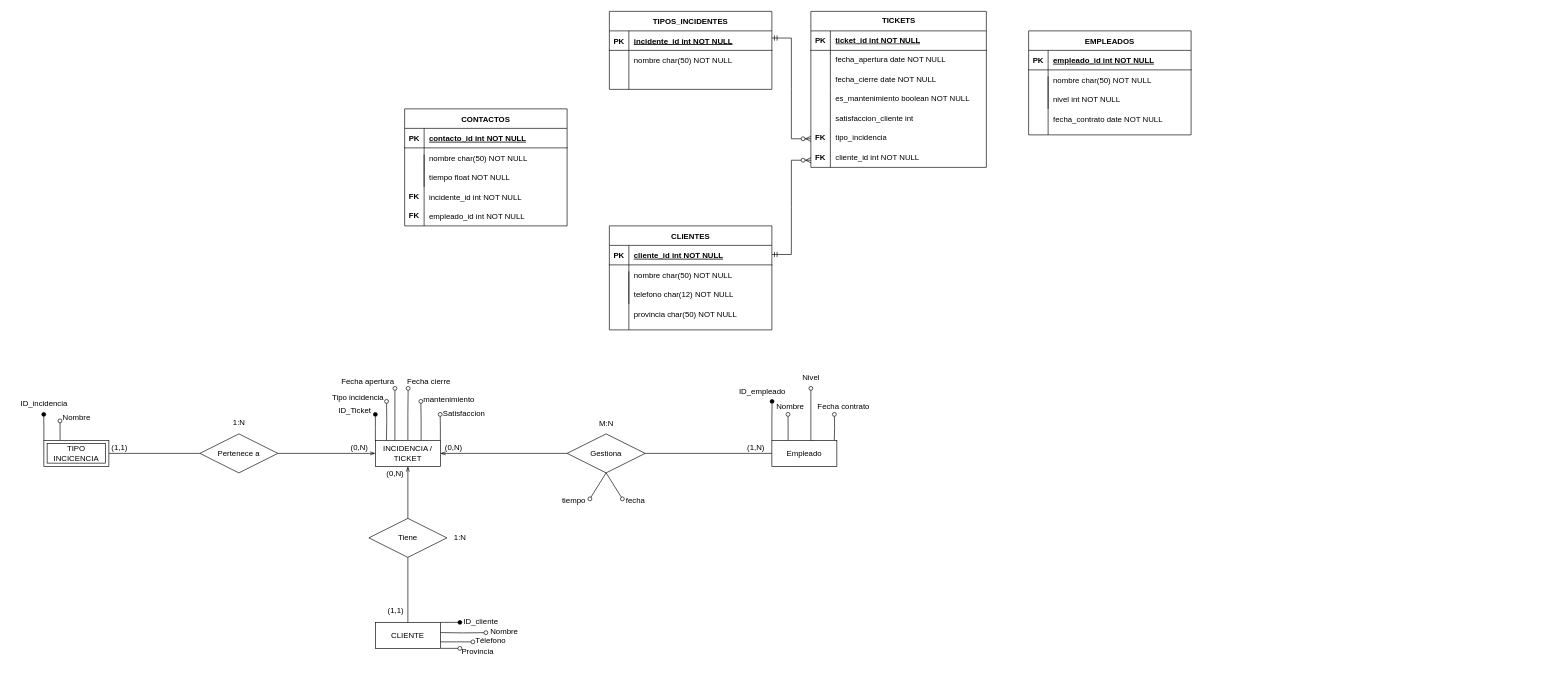
Before: Diseño_BBDD_EJ2.drawio in alprezz/Practica1_SI, a draw.io diagram. Source tidied: cells renumbered, new cells numbered last; positions are measured from the earlier drawing's top-left corner, leaving out a move shared by most shapes. Both pictures are drawn from the tidied source at 65%, with x=0, y=0 at pixel (11, 11).
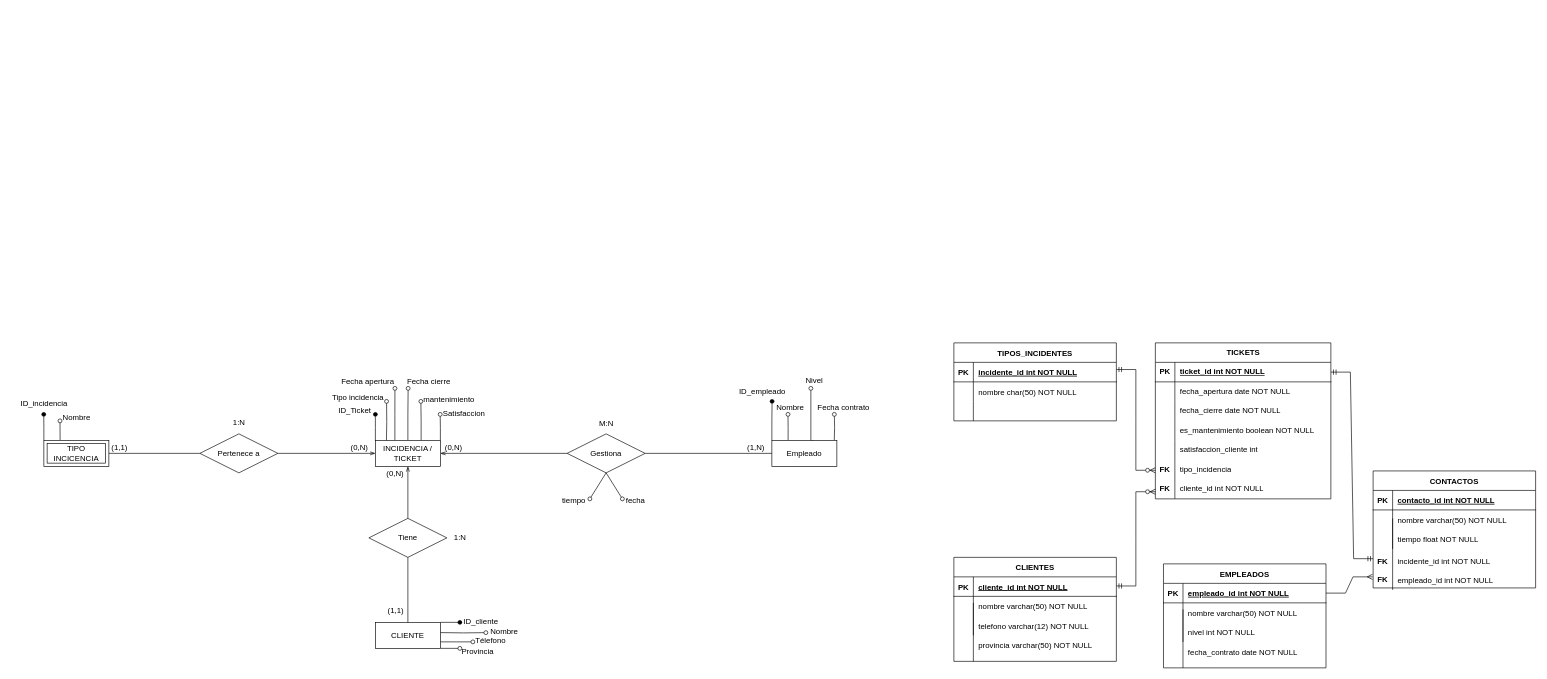
The same diagram, later.

Commit message:
Actualizar Diseño_BBDD

The change refers to these unchanged cells:
```xml
<mxCell id="6" style="shape=partialRectangle;fillColor=none;top=0;left=0;right=0;bottom=0;" parent="2" vertex="1">
  <mxGeometry y="60" width="250" height="30" as="geometry" />
</mxCell>
<mxCell id="9" style="shape=partialRectangle;fillColor=none;top=0;left=0;right=0;bottom=0;" parent="2" vertex="1">
  <mxGeometry y="90" width="250" height="30" as="geometry" />
</mxCell>
<mxCell id="13" style="shape=tableRow;horizontal=0;startSize=0;swimlaneHead=0;swimlaneBody=0;fillColor=none;points=[[0,0.5],[1,0.5]];portConstraint=eastwest;top=0;left=0;right=0;bottom=1;" parent="12" vertex="1">
  <mxGeometry y="30" width="270" height="30" as="geometry" />
</mxCell>
<mxCell id="37" style="shape=partialRectangle;fillColor=none;points=[[0,0.5],[1,0.5]];portConstraint=eastwest;top=0;left=0;right=0;bottom=1;" parent="36" vertex="1">
  <mxGeometry y="30" width="250" height="30" as="geometry" />
</mxCell>
<mxCell id="40" style="shape=partialRectangle;fillColor=none;top=0;left=0;right=0;bottom=0;" parent="36" vertex="1">
  <mxGeometry y="60" width="250" height="30" as="geometry" />
</mxCell>
<mxCell id="63" style="shape=partialRectangle;fillColor=none;top=0;left=0;right=0;bottom=0;" parent="59" vertex="1">
  <mxGeometry y="60" width="250" height="30" as="geometry" />
</mxCell>
```

The edit, as a diff of the source:
```diff
@@
     <mxCell id="2" value="CLIENTES" style="shape=table;startSize=30;childLayout=tableLayout;rowLines=0;fontStyle=1;align=center;" parent="1" vertex="1">
-      <mxGeometry x="920" y="330" width="250" height="160" as="geometry" />
+      <mxGeometry x="1450" y="840" width="250" height="160" as="geometry" />
     </mxCell>
@@
-    <mxCell id="8" value="nombre char(50) NOT NULL" style="shape=partialRectangle;overflow=hidden;fillColor=none;top=0;left=0;bottom=0;right=0;align=left;spacingLeft=6;" parent="6" vertex="1">
+    <mxCell id="8" value="nombre varchar(50) NOT NULL" style="shape=partialRectangle;overflow=hidden;fillColor=none;top=0;left=0;bottom=0;right=0;align=left;spacingLeft=6;" parent="6" vertex="1">
       <mxGeometry x="30" width="220" height="30" as="geometry" />
     </mxCell>
@@
-    <mxCell id="11" value="telefono char(12) NOT NULL" style="shape=partialRectangle;overflow=hidden;fillColor=none;top=0;left=0;bottom=0;right=0;align=left;spacingLeft=6;" parent="9" vertex="1">
+    <mxCell id="11" value="telefono varchar(12) NOT NULL" style="shape=partialRectangle;overflow=hidden;fillColor=none;top=0;left=0;bottom=0;right=0;align=left;spacingLeft=6;" parent="9" vertex="1">
       <mxGeometry x="30" width="220" height="30" as="geometry" />
     </mxCell>
     <mxCell id="12" value="TICKETS" style="shape=table;startSize=30;childLayout=tableLayout;rowLines=0;fontStyle=1;align=center;html=1;" parent="1" vertex="1">
-      <mxGeometry x="1230" width="270" height="240" as="geometry" />
+      <mxGeometry x="1760" y="510" width="270" height="240" as="geometry" />
     </mxCell>
@@
     <mxCell id="25" style="shape=tableRow;horizontal=0;startSize=0;swimlaneHead=0;swimlaneBody=0;fillColor=none;top=0;left=0;right=0;bottom=0;" parent="1" vertex="1">
-      <mxGeometry x="1230" y="150" width="270" height="30" as="geometry" />
+      <mxGeometry x="1760" y="660" width="270" height="30" as="geometry" />
     </mxCell>
@@
     <mxCell id="28" style="line;strokeWidth=1;dashed=0;labelPosition=right;align=left;verticalAlign=middle;spacingTop=0;spacingLeft=6;direction=south;" parent="1" vertex="1">
-      <mxGeometry x="1225" y="150" width="70" height="90" as="geometry" />
+      <mxGeometry x="1755" y="660" width="70" height="90" as="geometry" />
     </mxCell>
     <mxCell id="29" value="tipo_incidencia" style="shape=partialRectangle;fillColor=none;top=0;left=0;bottom=0;right=0;align=left;spacingLeft=6;overflow=hidden;whiteSpace=wrap;html=1;" parent="1" vertex="1">
-      <mxGeometry x="1260" y="180" width="240" height="30" as="geometry" />
+      <mxGeometry x="1790" y="690" width="240" height="30" as="geometry" />
     </mxCell>
     <mxCell id="30" value="FK" style="shape=partialRectangle;fillColor=none;top=0;left=0;bottom=0;right=0;fontStyle=1;overflow=hidden;whiteSpace=wrap;html=1;" parent="1" vertex="1">
-      <mxGeometry x="1230" y="180" width="30" height="30" as="geometry" />
+      <mxGeometry x="1760" y="690" width="30" height="30" as="geometry" />
     </mxCell>
     <mxCell id="31" value="cliente_id int NOT NULL" style="shape=partialRectangle;fillColor=none;top=0;left=0;bottom=0;right=0;align=left;spacingLeft=6;overflow=hidden;whiteSpace=wrap;html=1;" parent="1" vertex="1">
-      <mxGeometry x="1260" y="210" width="240" height="30" as="geometry" />
+      <mxGeometry x="1790" y="720" width="240" height="30" as="geometry" />
     </mxCell>
     <mxCell id="32" value="FK" style="shape=partialRectangle;fillColor=none;top=0;left=0;bottom=0;right=0;fontStyle=1;overflow=hidden;whiteSpace=wrap;html=1;" parent="1" vertex="1">
-      <mxGeometry x="1230" y="210" width="30" height="30" as="geometry" />
+      <mxGeometry x="1760" y="720" width="30" height="30" as="geometry" />
     </mxCell>
     <mxCell id="33" style="edgeStyle=entityRelationEdgeStyle;fontSize=12;html=1;endArrow=ERzeroToMany;startArrow=ERmandOne;rounded=0;exitX=1;exitY=0.5;exitDx=0;exitDy=0;" parent="1" edge="1">
       <mxGeometry relative="1" as="geometry">
-        <mxPoint x="1170" y="374" as="sourcePoint" />
-        <mxPoint x="1230" y="229" as="targetPoint" />
+        <mxPoint x="1700" y="884" as="sourcePoint" />
+        <mxPoint x="1760" y="739" as="targetPoint" />
         <Array as="points">
-          <mxPoint x="1305" y="199" />
-          <mxPoint x="1220" y="179" />
+          <mxPoint x="1835" y="709" />
+          <mxPoint x="1750" y="689" />
         </Array>
       </mxGeometry>
     </mxCell>
     <mxCell id="34" style="line;strokeWidth=1;dashed=0;labelPosition=right;align=left;verticalAlign=middle;spacingTop=0;spacingLeft=6;direction=south;" parent="1" vertex="1">
-      <mxGeometry x="915" y="400" width="70" height="90" as="geometry" />
+      <mxGeometry x="1445" y="910" width="70" height="90" as="geometry" />
     </mxCell>
-    <mxCell id="35" value="provincia char(50) NOT NULL" style="shape=partialRectangle;overflow=hidden;fillColor=none;top=0;left=0;bottom=0;right=0;align=left;spacingLeft=6;" parent="1" vertex="1">
-      <mxGeometry x="950" y="450" width="220" height="30" as="geometry" />
+    <mxCell id="35" value="provincia varchar(50) NOT NULL" style="shape=partialRectangle;overflow=hidden;fillColor=none;top=0;left=0;bottom=0;right=0;align=left;spacingLeft=6;" parent="1" vertex="1">
+      <mxGeometry x="1480" y="960" width="220" height="30" as="geometry" />
     </mxCell>
     <mxCell id="36" value="EMPLEADOS" style="shape=table;startSize=30;childLayout=tableLayout;rowLines=0;fontStyle=1;align=center;" parent="1" vertex="1">
-      <mxGeometry x="1565" y="30" width="250" height="160" as="geometry" />
+      <mxGeometry x="1772.5" y="850" width="250" height="160" as="geometry" />
     </mxCell>
@@
-    <mxCell id="42" value="nombre char(50) NOT NULL" style="shape=partialRectangle;overflow=hidden;fillColor=none;top=0;left=0;bottom=0;right=0;align=left;spacingLeft=6;" parent="40" vertex="1">
+    <mxCell id="42" value="nombre varchar(50) NOT NULL" style="shape=partialRectangle;overflow=hidden;fillColor=none;top=0;left=0;bottom=0;right=0;align=left;spacingLeft=6;" parent="40" vertex="1">
       <mxGeometry x="30" width="220" height="30" as="geometry" />
     </mxCell>
@@
     <mxCell id="46" style="line;strokeWidth=1;dashed=0;labelPosition=right;align=left;verticalAlign=middle;spacingTop=0;spacingLeft=6;direction=south;" parent="1" vertex="1">
-      <mxGeometry x="1560" y="100" width="70" height="90" as="geometry" />
+      <mxGeometry x="1767.5" y="920" width="70" height="90" as="geometry" />
     </mxCell>
     <mxCell id="47" value="fecha_contrato date NOT NULL" style="shape=partialRectangle;overflow=hidden;fillColor=none;top=0;left=0;bottom=0;right=0;align=left;spacingLeft=6;" parent="1" vertex="1">
-      <mxGeometry x="1595" y="150" width="220" height="30" as="geometry" />
+      <mxGeometry x="1802.5" y="970" width="220" height="30" as="geometry" />
     </mxCell>
     <mxCell id="48" value="TIPOS_INCIDENTES" style="shape=table;startSize=30;childLayout=tableLayout;rowLines=0;fontStyle=1;align=center;" parent="1" vertex="1">
-      <mxGeometry x="920" width="250" height="120" as="geometry" />
+      <mxGeometry x="1450" y="510" width="250" height="120" as="geometry" />
     </mxCell>
@@
     <mxCell id="58" style="edgeStyle=entityRelationEdgeStyle;fontSize=12;html=1;endArrow=ERzeroToMany;startArrow=ERmandOne;rounded=0;exitX=1;exitY=0.5;exitDx=0;exitDy=0;" parent="1" edge="1">
       <mxGeometry relative="1" as="geometry">
-        <mxPoint x="1170" y="41" as="sourcePoint" />
-        <mxPoint x="1230" y="196" as="targetPoint" />
+        <mxPoint x="1700" y="551" as="sourcePoint" />
+        <mxPoint x="1760" y="706" as="targetPoint" />
         <Array as="points">
-          <mxPoint x="1275" y="156" />
-          <mxPoint x="1190" y="136" />
+          <mxPoint x="1805" y="666" />
+          <mxPoint x="1720" y="646" />
         </Array>
       </mxGeometry>
     </mxCell>
     <mxCell id="59" value="CONTACTOS" style="shape=table;startSize=30;childLayout=tableLayout;rowLines=0;fontStyle=1;align=center;" parent="1" vertex="1">
-      <mxGeometry x="605" y="150" width="250" height="180" as="geometry" />
+      <mxGeometry x="2095" y="707" width="250" height="180" as="geometry" />
     </mxCell>
@@
-    <mxCell id="65" value="nombre char(50) NOT NULL" style="shape=partialRectangle;overflow=hidden;fillColor=none;top=0;left=0;bottom=0;right=0;align=left;spacingLeft=6;" parent="63" vertex="1">
+    <mxCell id="65" value="nombre varchar(50) NOT NULL" style="shape=partialRectangle;overflow=hidden;fillColor=none;top=0;left=0;bottom=0;right=0;align=left;spacingLeft=6;" parent="63" vertex="1">
       <mxGeometry x="30" width="220" height="30" as="geometry" />
     </mxCell>
@@
     <mxCell id="69" style="line;strokeWidth=1;dashed=0;labelPosition=right;align=left;verticalAlign=middle;spacingTop=0;spacingLeft=6;direction=south;" parent="1" vertex="1">
-      <mxGeometry x="600" y="220" width="70" height="110" as="geometry" />
+      <mxGeometry x="2090" y="780" width="70" height="110" as="geometry" />
     </mxCell>
     <mxCell id="70" value="incidente_id int NOT NULL" style="shape=partialRectangle;overflow=hidden;fillColor=none;top=0;left=0;bottom=0;right=0;align=left;spacingLeft=6;" parent="1" vertex="1">
-      <mxGeometry x="635" y="270" width="220" height="30" as="geometry" />
+      <mxGeometry x="2125" y="830" width="220" height="30" as="geometry" />
     </mxCell>
     <mxCell id="71" value="empleado_id int NOT NULL" style="shape=partialRectangle;overflow=hidden;fillColor=none;top=0;left=0;bottom=0;right=0;align=left;spacingLeft=6;" parent="1" vertex="1">
-      <mxGeometry x="635" y="300" width="220" height="30" as="geometry" />
+      <mxGeometry x="2125" y="860" width="220" height="30" as="geometry" />
     </mxCell>
     <mxCell id="72" value="FK" style="shape=partialRectangle;fillColor=none;top=0;left=0;bottom=0;right=0;fontStyle=1;overflow=hidden;whiteSpace=wrap;html=1;" parent="1" vertex="1">
-      <mxGeometry x="605" y="300" width="30" height="30" as="geometry" />
+      <mxGeometry x="2095" y="860" width="30" height="30" as="geometry" />
     </mxCell>
-    <mxCell id="73" value="FK" style="shape=partialRectangle;fillColor=none;top=0;left=0;bottom=0;right=0;fontStyle=1;overflow=hidden;whiteSpace=wrap;html=1;" parent="1" vertex="1">
-      <mxGeometry x="605" y="270" width="30" height="30" as="geometry" />
-    </mxCell>
@@
     <mxCell id="127" value="Nivel" style="text;html=1;align=center;verticalAlign=middle;strokeColor=none;fillColor=none;" parent="1" vertex="1">
-      <mxGeometry x="1205" y="548" width="50" height="30" as="geometry" />
+      <mxGeometry x="1210" y="553" width="50" height="30" as="geometry" />
     </mxCell>
@@
+    <mxCell id="132" style="edgeStyle=entityRelationEdgeStyle;fontSize=12;html=1;endArrow=ERmandOne;startArrow=ERmandOne;rounded=0;exitX=0;exitY=0.75;exitDx=0;exitDy=0;entryX=1;entryY=0.5;entryDx=0;entryDy=0;" parent="1" edge="1" source="59" target="13">
+      <mxGeometry relative="1" as="geometry" />
+    </mxCell>
+    <mxCell id="73" value="FK" style="shape=partialRectangle;overflow=hidden;fillColor=none;top=0;left=0;bottom=0;right=0;fontStyle=1;" parent="1" vertex="1">
+      <mxGeometry x="2095" y="830" width="30" height="30" as="geometry" />
+    </mxCell>
+    <mxCell id="133" style="edgeStyle=entityRelationEdgeStyle;fontSize=12;html=1;endArrow=ERmany;rounded=0;exitX=1;exitY=0.5;exitDx=0;exitDy=0;" parent="1" edge="1" source="37">
+      <mxGeometry relative="1" as="geometry">
+        <mxPoint x="2094" y="870" as="targetPoint" />
+      </mxGeometry>
+    </mxCell>
```
